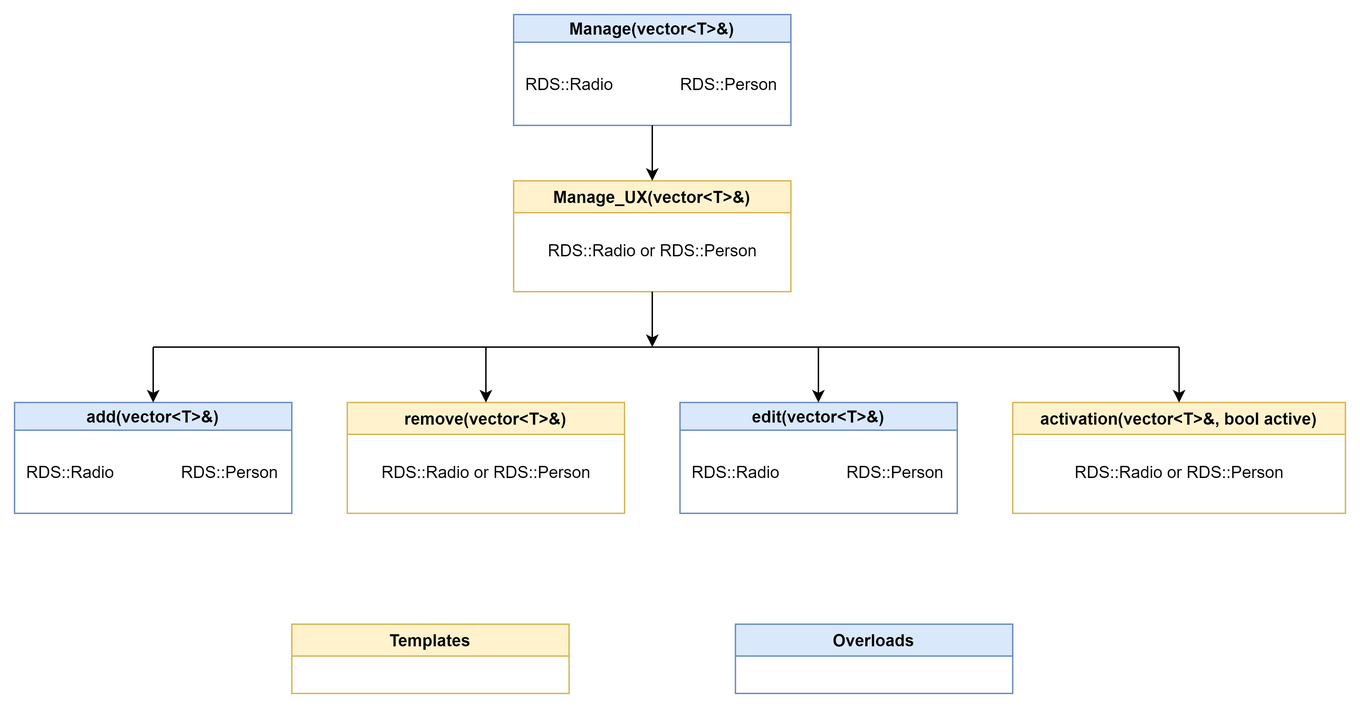
Before: UML Diagrams/UX Diagram.png, a diagram exported from draw.io (Shazner/RDS). Source tidied: cells renumbered, new cells last; positions are measured from the earlier drawing's top-left corner, leaving out a move shared by most shapes.
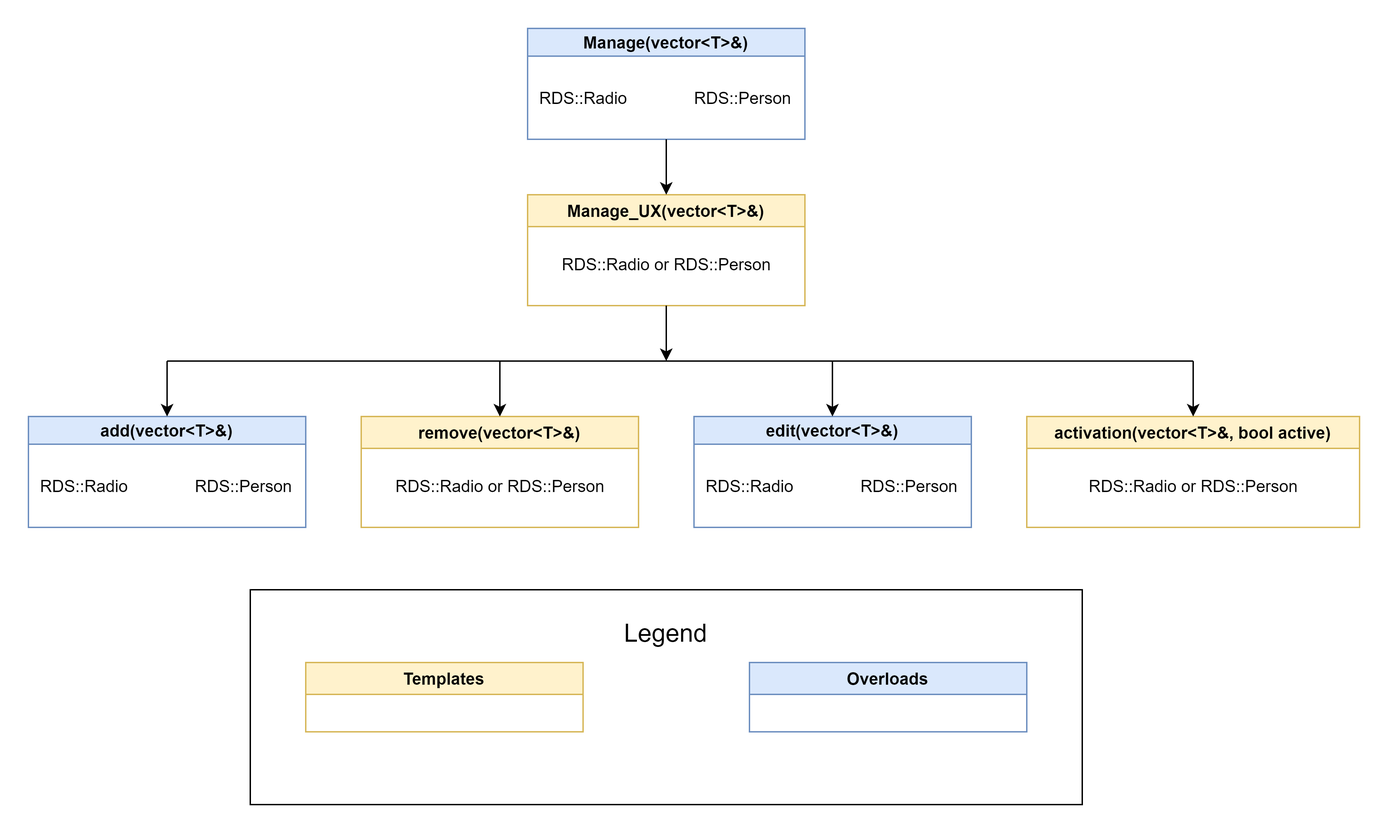
Above is the later version.

What changed in the source:
```diff
@@ -2,6 +2,9 @@
   <root>
     <mxCell id="0" />
     <mxCell id="1" parent="0" />
+    <mxCell id="26" value="&lt;h2&gt;&lt;span style=&quot;font-weight: 400&quot;&gt;Legend&lt;/span&gt;&lt;/h2&gt;" style="rounded=0;whiteSpace=wrap;html=1;shadow=0;glass=0;sketch=0;verticalAlign=top;" parent="1" vertex="1">
+      <mxGeometry x="160" y="405" width="600" height="155" as="geometry" />
+    </mxCell>
     <mxCell id="2" value="Manage(vector&lt;T&gt;&amp;)" style="swimlane;glass=0;startSize=20;fillColor=#dae8fc;strokeColor=#6c8ebf;rounded=0;shadow=0;sketch=0;" parent="1" vertex="1">
       <mxGeometry x="360" width="200" height="80" as="geometry" />
     </mxCell>
@@ -86,10 +89,10 @@
       </mxGeometry>
     </mxCell>
     <mxCell id="24" value="Templates" style="swimlane;rounded=0;shadow=0;glass=0;sketch=0;fillColor=#fff2cc;strokeColor=#d6b656;" parent="1" vertex="1">
-      <mxGeometry x="200" y="440" width="200" height="50" as="geometry" />
+      <mxGeometry x="200" y="457.5" width="200" height="50" as="geometry" />
     </mxCell>
     <mxCell id="25" value="Overloads" style="swimlane;rounded=0;shadow=0;glass=0;sketch=0;fillColor=#dae8fc;strokeColor=#6c8ebf;" parent="1" vertex="1">
-      <mxGeometry x="520" y="440" width="200" height="50" as="geometry" />
+      <mxGeometry x="520" y="457.5" width="200" height="50" as="geometry" />
     </mxCell>
   </root>
 </mxGraphModel>
```
